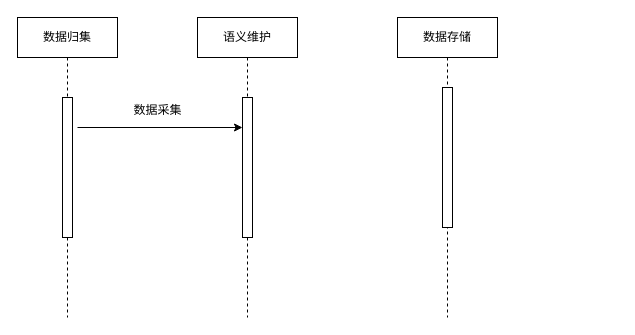
Earlier version of the draw.io diagram 数据检索与维修数据服/语义维护.drawio (DemonHan/KuickBuy). Source tidied: cells renumbered, new cells numbered last; positions are measured from the earlier drawing's top-left corner, leaving out a move shared by most shapes. Both pictures are drawn from the tidied source at 100%, with x=0, y=0 at pixel (17, 17).
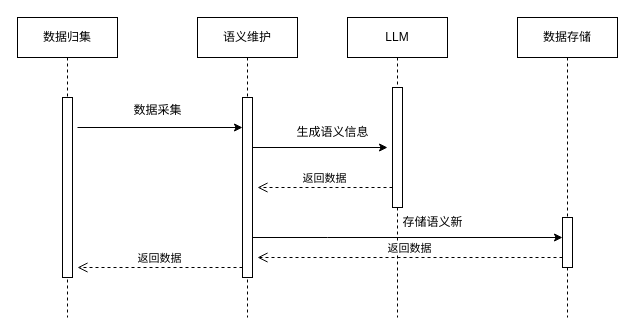
The same page after the edit.

Commit message (it also covers changes not shown here):
更新语义维护.drawio

Unchanged cells that the change refers to:
```xml
<mxCell id="2" value="数据归集" style="shape=umlLifeline;perimeter=lifelinePerimeter;whiteSpace=wrap;html=1;newEdgeStyle={&quot;curved&quot;:0,&quot;rounded&quot;:0};" parent="1" vertex="1">
  <mxGeometry width="100" height="300" as="geometry" />
</mxCell>
<mxCell id="4" value="语义维护" style="shape=umlLifeline;perimeter=lifelinePerimeter;whiteSpace=wrap;html=1;newEdgeStyle={&quot;curved&quot;:0,&quot;rounded&quot;:0};" parent="1" vertex="1">
  <mxGeometry x="180" width="100" height="300" as="geometry" />
</mxCell>
```

The edit, as a diff of the source:
```diff
@@
     <mxCell id="3" style="html=1;perimeter=orthogonalPerimeter;targetShapes=umlLifeline;newEdgeStyle={&quot;curved&quot;:0,&quot;rounded&quot;:0};" parent="2" vertex="1">
-      <mxGeometry x="45" y="80" width="10" height="140" as="geometry" />
+      <mxGeometry x="45" y="80" width="10" height="180" as="geometry" />
     </mxCell>
@@
     <mxCell id="5" style="html=1;perimeter=orthogonalPerimeter;targetShapes=umlLifeline;newEdgeStyle={&quot;curved&quot;:0,&quot;rounded&quot;:0};" parent="4" vertex="1">
-      <mxGeometry x="45" y="80" width="10" height="140" as="geometry" />
+      <mxGeometry x="45" y="80" width="10" height="180" as="geometry" />
     </mxCell>
     <mxCell id="6" value="数据存储" style="shape=umlLifeline;perimeter=lifelinePerimeter;whiteSpace=wrap;html=1;newEdgeStyle={&quot;curved&quot;:0,&quot;rounded&quot;:0};" parent="1" vertex="1">
-      <mxGeometry x="380" width="100" height="300" as="geometry" />
+      <mxGeometry x="500" width="100" height="300" as="geometry" />
     </mxCell>
     <mxCell id="7" style="html=1;perimeter=orthogonalPerimeter;targetShapes=umlLifeline;newEdgeStyle={&quot;curved&quot;:0,&quot;rounded&quot;:0};" parent="6" vertex="1">
-      <mxGeometry x="45" y="70" width="10" height="140" as="geometry" />
+      <mxGeometry x="45" y="200" width="10" height="50" as="geometry" />
     </mxCell>
@@
+    <mxCell id="10" value="LLM" style="shape=umlLifeline;perimeter=lifelinePerimeter;whiteSpace=wrap;html=1;newEdgeStyle={&quot;curved&quot;:0,&quot;rounded&quot;:0};" parent="1" vertex="1">
+      <mxGeometry x="330" width="100" height="300" as="geometry" />
+    </mxCell>
+    <mxCell id="11" style="html=1;perimeter=orthogonalPerimeter;targetShapes=umlLifeline;newEdgeStyle={&quot;curved&quot;:0,&quot;rounded&quot;:0};" parent="10" vertex="1">
+      <mxGeometry x="45" y="70" width="10" height="120" as="geometry" />
+    </mxCell>
+    <mxCell id="12" style="edgeStyle=orthogonalEdgeStyle;rounded=0;orthogonalLoop=1;jettySize=auto;html=1;curved=0;" parent="1" edge="1">
+      <mxGeometry relative="1" as="geometry">
+        <mxPoint x="235" y="130" as="sourcePoint" />
+        <mxPoint x="370" y="130" as="targetPoint" />
+      </mxGeometry>
+    </mxCell>
+    <mxCell id="13" value="生成语义信息" style="text;html=1;align=center;verticalAlign=middle;strokeColor=none;fillColor=none;" parent="1" vertex="1">
+      <mxGeometry x="265" y="100" width="100" height="30" as="geometry" />
+    </mxCell>
+    <mxCell id="14" value="存储语义新" style="text;html=1;align=center;verticalAlign=middle;strokeColor=none;fillColor=none;" parent="1" vertex="1">
+      <mxGeometry x="375" y="190" width="80" height="30" as="geometry" />
+    </mxCell>
+    <mxCell id="15" value="返回数据" style="html=1;verticalAlign=bottom;endArrow=open;dashed=1;endSize=8;curved=0;rounded=0;" parent="1" edge="1">
+      <mxGeometry relative="1" as="geometry">
+        <mxPoint x="375" y="170" as="sourcePoint" />
+        <mxPoint x="240" y="170" as="targetPoint" />
+      </mxGeometry>
+    </mxCell>
+    <mxCell id="16" style="edgeStyle=orthogonalEdgeStyle;rounded=0;orthogonalLoop=1;jettySize=auto;html=1;curved=0;" parent="1" edge="1">
+      <mxGeometry relative="1" as="geometry">
+        <mxPoint x="235" y="220" as="sourcePoint" />
+        <mxPoint x="545" y="220" as="targetPoint" />
+        <Array as="points">
+          <mxPoint x="310" y="220" />
+          <mxPoint x="310" y="220" />
+        </Array>
+      </mxGeometry>
+    </mxCell>
+    <mxCell id="17" value="返回数据" style="html=1;verticalAlign=bottom;endArrow=open;dashed=1;endSize=8;curved=0;rounded=0;" parent="1" edge="1">
+      <mxGeometry relative="1" as="geometry">
+        <mxPoint x="545" y="240" as="sourcePoint" />
+        <mxPoint x="240" y="240" as="targetPoint" />
+      </mxGeometry>
+    </mxCell>
+    <mxCell id="18" value="返回数据" style="html=1;verticalAlign=bottom;endArrow=open;dashed=1;endSize=8;curved=0;rounded=0;" parent="1" edge="1">
+      <mxGeometry relative="1" as="geometry">
+        <mxPoint x="225" y="250" as="sourcePoint" />
+        <mxPoint x="60" y="250" as="targetPoint" />
+      </mxGeometry>
+    </mxCell>
```
